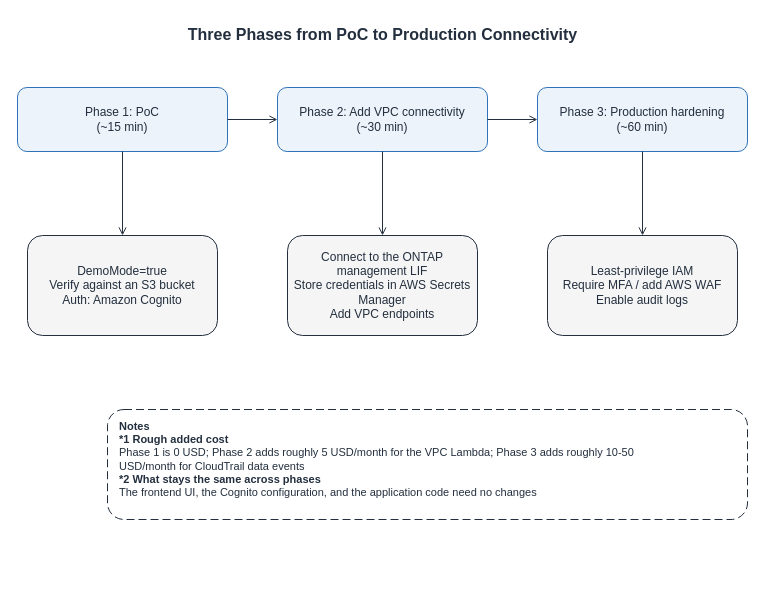
Before: docs/diagrams/part2-poc-to-production-en.drawio in Yoshiki0705/FSx-for-ONTAP-S3AccessPoints-Serverless-Patterns, a draw.io diagram. Source tidied: cells renumbered, new cells numbered last; positions are measured from the earlier drawing's top-left corner, leaving out a move shared by most shapes. Both pictures are drawn from the tidied source at 100%, with x=0, y=0 at pixel (17, 17).
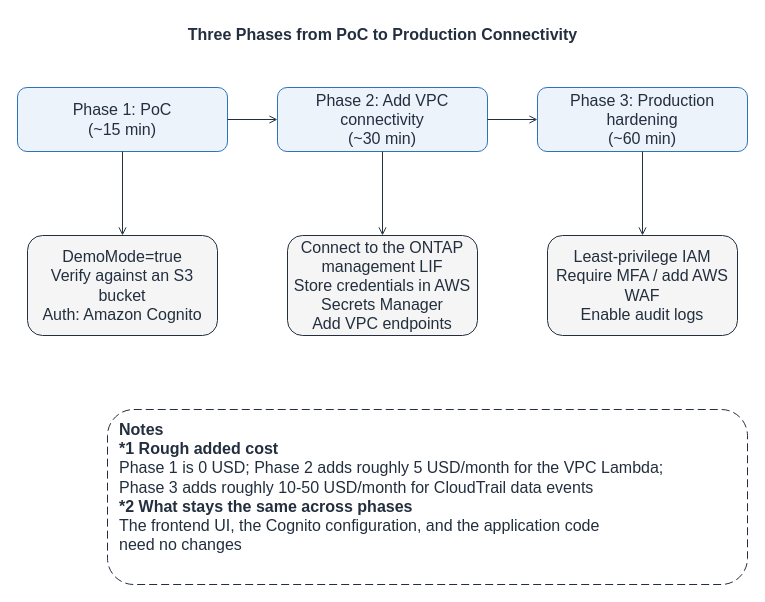
Above is the later version.

Diff of the diagram source:
```diff
@@
 <mxGraphModel background="#FFFFFF">
   <root>
     <mxCell id="0" />
     <mxCell id="1" parent="0" />
     <mxCell id="2" value="Three Phases from PoC to Production Connectivity" style="text;html=1;align=center;verticalAlign=middle;fontSize=16;fontStyle=1;fontColor=#232F3E;" parent="1" vertex="1">
       <mxGeometry width="730" height="34" as="geometry" />
     </mxCell>
-    <mxCell id="3" value="Phase 1: PoC&lt;br&gt;(~15 min)" style="rounded=1;whiteSpace=wrap;html=1;dashed=0;strokeColor=#2E73B8;fillColor=#EDF3FB;align=center;verticalAlign=middle;fontSize=12;fontColor=#232F3E;" parent="1" vertex="1">
+    <mxCell id="3" value="Phase 1: PoC&lt;br&gt;(~15 min)" style="rounded=1;whiteSpace=wrap;html=1;dashed=0;strokeColor=#2E73B8;fillColor=#EDF3FB;align=center;verticalAlign=middle;fontSize=16;fontColor=#232F3E;" parent="1" vertex="1">
       <mxGeometry y="70" width="210" height="64" as="geometry" />
     </mxCell>
-    <mxCell id="4" value="Phase 2: Add VPC connectivity&lt;br&gt;(~30 min)" style="rounded=1;whiteSpace=wrap;html=1;dashed=0;strokeColor=#2E73B8;fillColor=#EDF3FB;align=center;verticalAlign=middle;fontSize=12;fontColor=#232F3E;" parent="1" vertex="1">
+    <mxCell id="4" value="Phase 2: Add VPC connectivity&lt;br&gt;(~30 min)" style="rounded=1;whiteSpace=wrap;html=1;dashed=0;strokeColor=#2E73B8;fillColor=#EDF3FB;align=center;verticalAlign=middle;fontSize=16;fontColor=#232F3E;" parent="1" vertex="1">
       <mxGeometry x="260" y="70" width="210" height="64" as="geometry" />
     </mxCell>
-    <mxCell id="5" value="Phase 3: Production hardening&lt;br&gt;(~60 min)" style="rounded=1;whiteSpace=wrap;html=1;dashed=0;strokeColor=#2E73B8;fillColor=#EDF3FB;align=center;verticalAlign=middle;fontSize=12;fontColor=#232F3E;" parent="1" vertex="1">
+    <mxCell id="5" value="Phase 3: Production hardening&lt;br&gt;(~60 min)" style="rounded=1;whiteSpace=wrap;html=1;dashed=0;strokeColor=#2E73B8;fillColor=#EDF3FB;align=center;verticalAlign=middle;fontSize=16;fontColor=#232F3E;" parent="1" vertex="1">
       <mxGeometry x="520" y="70" width="210" height="64" as="geometry" />
     </mxCell>
-    <mxCell id="6" value="DemoMode=true&lt;br&gt;Verify against an S3 bucket&lt;br&gt;Auth: Amazon Cognito" style="rounded=1;whiteSpace=wrap;html=1;dashed=0;strokeColor=#232F3E;fillColor=#F5F5F5;align=center;verticalAlign=middle;fontSize=12;fontColor=#232F3E;" parent="1" vertex="1">
+    <mxCell id="6" value="DemoMode=true&lt;br&gt;Verify against an S3 bucket&lt;br&gt;Auth: Amazon Cognito" style="rounded=1;whiteSpace=wrap;html=1;dashed=0;strokeColor=#232F3E;fillColor=#F5F5F5;align=center;verticalAlign=middle;fontSize=16;fontColor=#232F3E;" parent="1" vertex="1">
       <mxGeometry x="10" y="218" width="190" height="100" as="geometry" />
     </mxCell>
-    <mxCell id="7" value="Connect to the ONTAP management LIF&lt;br&gt;Store credentials in AWS Secrets Manager&lt;br&gt;Add VPC endpoints" style="rounded=1;whiteSpace=wrap;html=1;dashed=0;strokeColor=#232F3E;fillColor=#F5F5F5;align=center;verticalAlign=middle;fontSize=12;fontColor=#232F3E;" parent="1" vertex="1">
+    <mxCell id="7" value="Connect to the ONTAP management LIF&lt;br&gt;Store credentials in AWS Secrets Manager&lt;br&gt;Add VPC endpoints" style="rounded=1;whiteSpace=wrap;html=1;dashed=0;strokeColor=#232F3E;fillColor=#F5F5F5;align=center;verticalAlign=middle;fontSize=16;fontColor=#232F3E;" parent="1" vertex="1">
       <mxGeometry x="270" y="218" width="190" height="100" as="geometry" />
     </mxCell>
-    <mxCell id="8" value="Least-privilege IAM&lt;br&gt;Require MFA / add AWS WAF&lt;br&gt;Enable audit logs" style="rounded=1;whiteSpace=wrap;html=1;dashed=0;strokeColor=#232F3E;fillColor=#F5F5F5;align=center;verticalAlign=middle;fontSize=12;fontColor=#232F3E;" parent="1" vertex="1">
+    <mxCell id="8" value="Least-privilege IAM&lt;br&gt;Require MFA / add AWS WAF&lt;br&gt;Enable audit logs" style="rounded=1;whiteSpace=wrap;html=1;dashed=0;strokeColor=#232F3E;fillColor=#F5F5F5;align=center;verticalAlign=middle;fontSize=16;fontColor=#232F3E;" parent="1" vertex="1">
       <mxGeometry x="530" y="218" width="190" height="100" as="geometry" />
     </mxCell>
-    <mxCell id="9" style="edgeStyle=orthogonalEdgeStyle;rounded=0;jettySize=auto;html=1;endArrow=open;endFill=0;strokeColor=#232F3E;strokeWidth=1;fontSize=12;fontColor=#232F3E;labelBackgroundColor=#ffffff;" parent="1" edge="1" source="3" target="4">
+    <mxCell id="9" style="edgeStyle=orthogonalEdgeStyle;rounded=0;jettySize=auto;html=1;endArrow=open;endFill=0;strokeColor=#232F3E;strokeWidth=1;fontSize=16;fontColor=#232F3E;labelBackgroundColor=#ffffff;" parent="1" edge="1" source="3" target="4">
       <mxGeometry relative="1" as="geometry" />
     </mxCell>
-    <mxCell id="10" style="edgeStyle=orthogonalEdgeStyle;rounded=0;jettySize=auto;html=1;endArrow=open;endFill=0;strokeColor=#232F3E;strokeWidth=1;fontSize=12;fontColor=#232F3E;labelBackgroundColor=#ffffff;" parent="1" edge="1" source="4" target="5">
+    <mxCell id="10" style="edgeStyle=orthogonalEdgeStyle;rounded=0;jettySize=auto;html=1;endArrow=open;endFill=0;strokeColor=#232F3E;strokeWidth=1;fontSize=16;fontColor=#232F3E;labelBackgroundColor=#ffffff;" parent="1" edge="1" source="4" target="5">
       <mxGeometry relative="1" as="geometry" />
     </mxCell>
-    <mxCell id="11" style="edgeStyle=orthogonalEdgeStyle;rounded=0;jettySize=auto;html=1;endArrow=open;endFill=0;strokeColor=#232F3E;strokeWidth=1;fontSize=12;fontColor=#232F3E;labelBackgroundColor=#ffffff;" parent="1" edge="1" source="3" target="6">
+    <mxCell id="11" style="edgeStyle=orthogonalEdgeStyle;rounded=0;jettySize=auto;html=1;endArrow=open;endFill=0;strokeColor=#232F3E;strokeWidth=1;fontSize=16;fontColor=#232F3E;labelBackgroundColor=#ffffff;" parent="1" edge="1" source="3" target="6">
       <mxGeometry relative="1" as="geometry" />
     </mxCell>
-    <mxCell id="12" style="edgeStyle=orthogonalEdgeStyle;rounded=0;jettySize=auto;html=1;endArrow=open;endFill=0;strokeColor=#232F3E;strokeWidth=1;fontSize=12;fontColor=#232F3E;labelBackgroundColor=#ffffff;" parent="1" edge="1" source="4" target="7">
+    <mxCell id="12" style="edgeStyle=orthogonalEdgeStyle;rounded=0;jettySize=auto;html=1;endArrow=open;endFill=0;strokeColor=#232F3E;strokeWidth=1;fontSize=16;fontColor=#232F3E;labelBackgroundColor=#ffffff;" parent="1" edge="1" source="4" target="7">
       <mxGeometry relative="1" as="geometry" />
     </mxCell>
-    <mxCell id="13" style="edgeStyle=orthogonalEdgeStyle;rounded=0;jettySize=auto;html=1;endArrow=open;endFill=0;strokeColor=#232F3E;strokeWidth=1;fontSize=12;fontColor=#232F3E;labelBackgroundColor=#ffffff;" parent="1" edge="1" source="5" target="8">
+    <mxCell id="13" style="edgeStyle=orthogonalEdgeStyle;rounded=0;jettySize=auto;html=1;endArrow=open;endFill=0;strokeColor=#232F3E;strokeWidth=1;fontSize=16;fontColor=#232F3E;labelBackgroundColor=#ffffff;" parent="1" edge="1" source="5" target="8">
       <mxGeometry relative="1" as="geometry" />
     </mxCell>
-    <mxCell id="14" value="&lt;b&gt;Notes&lt;/b&gt;&lt;br&gt;&lt;b&gt;*1 Rough added cost&lt;/b&gt;&lt;br&gt;Phase 1 is 0 USD; Phase 2 adds roughly 5 USD/month for the VPC Lambda; Phase 3 adds roughly 10-50&lt;br&gt;USD/month for CloudTrail data events&lt;br&gt;&lt;b&gt;*2 What stays the same across phases&lt;/b&gt;&lt;br&gt;The frontend UI, the Cognito configuration, and the application code need no changes" style="rounded=1;whiteSpace=wrap;html=1;dashed=1;dashPattern=8 4;strokeColor=#232F3E;fillColor=#FFFFFF;align=left;verticalAlign=top;spacingLeft=10;spacingTop=4;fontSize=11;fontColor=#232F3E;" parent="1" vertex="1">
-      <mxGeometry x="90" y="392" width="640" height="110" as="geometry" />
+    <mxCell id="14" value="&lt;b&gt;Notes&lt;/b&gt;&lt;br&gt;&lt;b&gt;*1 Rough added cost&lt;/b&gt;&lt;br&gt;Phase 1 is 0 USD; Phase 2 adds roughly 5 USD/month for the VPC Lambda;&lt;br&gt;Phase 3 adds roughly 10-50 USD/month for CloudTrail data events&lt;br&gt;&lt;b&gt;*2 What stays the same across phases&lt;/b&gt;&lt;br&gt;The frontend UI, the Cognito configuration, and the application code&lt;br&gt;need no changes" style="rounded=1;whiteSpace=wrap;html=1;dashed=1;dashPattern=8 4;strokeColor=#232F3E;fillColor=#FFFFFF;align=left;verticalAlign=top;spacingLeft=10;spacingTop=4;fontSize=16;fontColor=#232F3E;" parent="1" vertex="1">
+      <mxGeometry x="90" y="392" width="640" height="175" as="geometry" />
     </mxCell>
   </root>
 </mxGraphModel>
```
